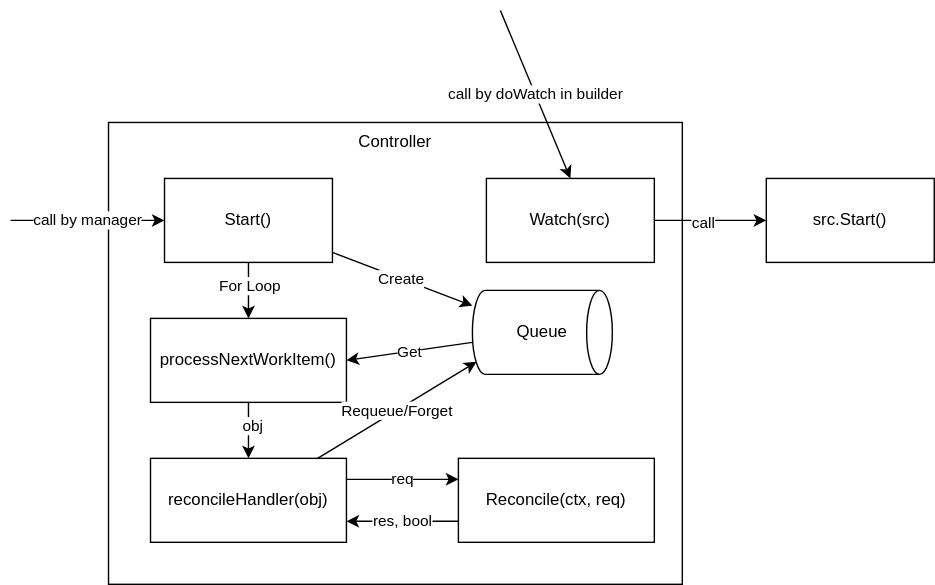
nakamasato/kubernetes-training keeps this draw.io diagram as contents/kubernetes-operator/controller-runtime/controller/diagram.drawio.svg. Above is the earlier version. Source tidied: cells renumbered, new cells last; positions are measured from the earlier drawing's top-left corner, leaving out a move shared by most shapes. Its diagram source:
```xml
<mxGraphModel>
  <root>
    <mxCell id="0" />
    <mxCell id="1" parent="0" />
    <mxCell id="2" value="Controller" style="rounded=0;whiteSpace=wrap;html=1;verticalAlign=top;" parent="1" vertex="1">
      <mxGeometry x="70" y="80" width="410" height="330" as="geometry" />
    </mxCell>
    <mxCell id="3" style="edgeStyle=none;html=1;" parent="1" edge="1" source="7" target="9">
      <mxGeometry relative="1" as="geometry" />
    </mxCell>
    <mxCell id="4" value="Create" style="edgeLabel;html=1;align=center;verticalAlign=middle;" parent="3" vertex="1">
      <mxGeometry x="-0.03" relative="1" as="geometry" />
    </mxCell>
    <mxCell id="5" style="edgeStyle=none;html=1;" parent="1" edge="1" source="7" target="12">
      <mxGeometry relative="1" as="geometry" />
    </mxCell>
    <mxCell id="6" value="For Loop" style="edgeLabel;html=1;align=center;verticalAlign=middle;" parent="5" vertex="1">
      <mxGeometry x="-0.15" relative="1" as="geometry" />
    </mxCell>
    <mxCell id="7" value="Start()" style="rounded=0;whiteSpace=wrap;html=1;" parent="1" vertex="1">
      <mxGeometry x="110" y="120" width="120" height="60" as="geometry" />
    </mxCell>
    <mxCell id="8" value="Get" style="edgeStyle=none;html=1;entryX=1;entryY=0.5;entryDx=0;entryDy=0;" parent="1" edge="1" source="9" target="12">
      <mxGeometry relative="1" as="geometry" />
    </mxCell>
    <mxCell id="9" value="Queue" style="strokeWidth=1;html=1;shape=mxgraph.flowchart.direct_data;whiteSpace=wrap;spacing=2;" parent="1" vertex="1">
      <mxGeometry x="330" y="200" width="100" height="60" as="geometry" />
    </mxCell>
    <mxCell id="10" style="edgeStyle=none;html=1;" parent="1" edge="1" source="12" target="15">
      <mxGeometry relative="1" as="geometry" />
    </mxCell>
    <mxCell id="11" value="obj" style="edgeLabel;html=1;align=center;verticalAlign=middle;" parent="10" vertex="1">
      <mxGeometry x="-0.2" y="2" relative="1" as="geometry" />
    </mxCell>
    <mxCell id="12" value="processNextWorkItem()" style="rounded=0;whiteSpace=wrap;html=1;" parent="1" vertex="1">
      <mxGeometry x="100" y="220" width="140" height="60" as="geometry" />
    </mxCell>
    <mxCell id="13" value="req" style="edgeStyle=none;html=1;exitX=1;exitY=0.25;exitDx=0;exitDy=0;entryX=0;entryY=0.25;entryDx=0;entryDy=0;" parent="1" edge="1" source="15" target="17">
      <mxGeometry relative="1" as="geometry" />
    </mxCell>
    <mxCell id="14" value="Requeue/Forget" style="edgeStyle=none;html=1;entryX=0.03;entryY=0.85;entryDx=0;entryDy=0;entryPerimeter=0;" parent="1" edge="1" source="15" target="9">
      <mxGeometry relative="1" as="geometry" />
    </mxCell>
    <mxCell id="15" value="reconcileHandler(obj)" style="rounded=0;whiteSpace=wrap;html=1;" parent="1" vertex="1">
      <mxGeometry x="100" y="320" width="140" height="60" as="geometry" />
    </mxCell>
    <mxCell id="16" value="res, bool" style="edgeStyle=none;html=1;entryX=1;entryY=0.75;entryDx=0;entryDy=0;" parent="1" edge="1" target="15">
      <mxGeometry relative="1" as="geometry">
        <mxPoint x="320" y="365" as="sourcePoint" />
      </mxGeometry>
    </mxCell>
    <mxCell id="17" value="Reconcile(ctx, req)" style="rounded=0;whiteSpace=wrap;html=1;" parent="1" vertex="1">
      <mxGeometry x="320" y="320" width="140" height="60" as="geometry" />
    </mxCell>
    <mxCell id="18" value="call by manager" style="endArrow=classic;html=1;" parent="1" edge="1">
      <mxGeometry relative="1" as="geometry">
        <mxPoint y="150" as="sourcePoint" />
        <mxPoint x="110" y="150" as="targetPoint" />
      </mxGeometry>
    </mxCell>
    <mxCell id="19" style="edgeStyle=none;html=1;" parent="1" edge="1" source="21" target="23">
      <mxGeometry relative="1" as="geometry" />
    </mxCell>
    <mxCell id="20" value="call" style="edgeLabel;html=1;align=center;verticalAlign=middle;" parent="19" vertex="1">
      <mxGeometry x="-0.15" y="-1" relative="1" as="geometry" />
    </mxCell>
    <mxCell id="21" value="Watch(src)" style="rounded=0;whiteSpace=wrap;html=1;" parent="1" vertex="1">
      <mxGeometry x="340" y="120" width="120" height="60" as="geometry" />
    </mxCell>
    <mxCell id="22" value="call by doWatch in builder" style="endArrow=classic;html=1;entryX=0.5;entryY=0;entryDx=0;entryDy=0;" parent="1" edge="1" target="21">
      <mxGeometry relative="1" as="geometry">
        <mxPoint x="350" as="sourcePoint" />
      </mxGeometry>
    </mxCell>
    <mxCell id="23" value="src.Start()" style="rounded=0;whiteSpace=wrap;html=1;" parent="1" vertex="1">
      <mxGeometry x="540" y="120" width="120" height="60" as="geometry" />
    </mxCell>
  </root>
</mxGraphModel>
```
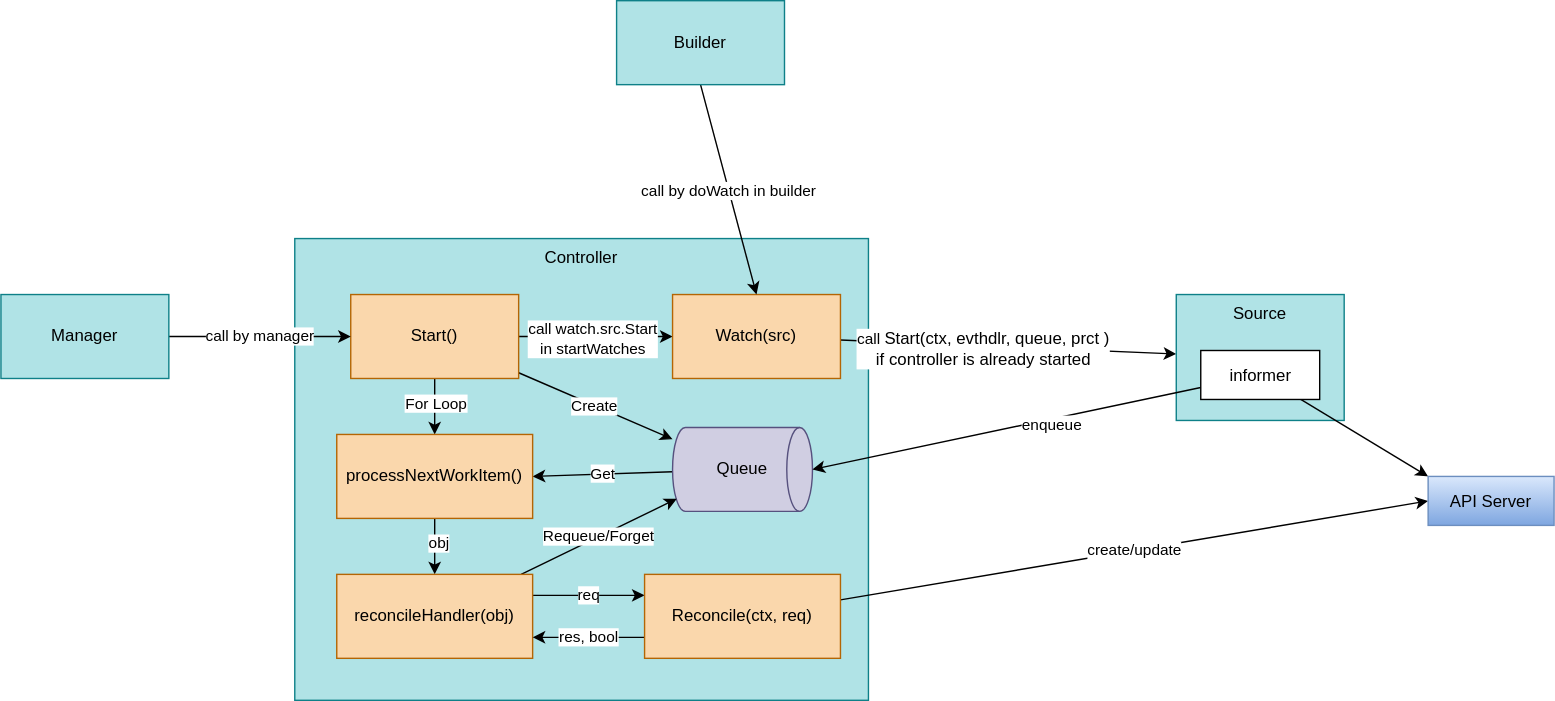
Above is the later version.

Commit message:
docs: update controller and source (#191)

The edit, as a diff of the source:
```diff
@@ -2,7 +2,7 @@
   <root>
     <mxCell id="0" />
     <mxCell id="1" parent="0" />
-    <mxCell id="2" value="Controller" style="rounded=0;whiteSpace=wrap;html=1;verticalAlign=top;" parent="1" vertex="1">
+    <mxCell id="2" value="Controller" style="rounded=0;whiteSpace=wrap;html=1;verticalAlign=top;fillColor=#b0e3e6;strokeColor=#0e8088;" parent="1" vertex="1">
       <mxGeometry x="70" y="80" width="410" height="330" as="geometry" />
     </mxCell>
     <mxCell id="3" style="edgeStyle=none;html=1;" parent="1" edge="1" source="7" target="9">
@@ -17,14 +17,22 @@
     <mxCell id="6" value="For Loop" style="edgeLabel;html=1;align=center;verticalAlign=middle;" parent="5" vertex="1">
       <mxGeometry x="-0.15" relative="1" as="geometry" />
     </mxCell>
+    <mxCell id="24" style="edgeStyle=none;html=1;" parent="1" edge="1" source="7" target="21">
+      <mxGeometry relative="1" as="geometry" />
+    </mxCell>
+    <mxCell id="25" value="call watch.src.Start&lt;br&gt;in startWatches" style="edgeLabel;html=1;align=center;verticalAlign=middle;" parent="24" vertex="1">
+      <mxGeometry x="-0.04" y="-1" relative="1" as="geometry">
+        <mxPoint x="-1" as="offset" />
+      </mxGeometry>
+    </mxCell>
-    <mxCell id="7" value="Start()" style="rounded=0;whiteSpace=wrap;html=1;" parent="1" vertex="1">
+    <mxCell id="7" value="Start()" style="rounded=0;whiteSpace=wrap;html=1;fillColor=#fad7ac;strokeColor=#b46504;" parent="1" vertex="1">
       <mxGeometry x="110" y="120" width="120" height="60" as="geometry" />
     </mxCell>
     <mxCell id="8" value="Get" style="edgeStyle=none;html=1;entryX=1;entryY=0.5;entryDx=0;entryDy=0;" parent="1" edge="1" source="9" target="12">
       <mxGeometry relative="1" as="geometry" />
     </mxCell>
-    <mxCell id="9" value="Queue" style="strokeWidth=1;html=1;shape=mxgraph.flowchart.direct_data;whiteSpace=wrap;spacing=2;" parent="1" vertex="1">
-      <mxGeometry x="330" y="200" width="100" height="60" as="geometry" />
+    <mxCell id="9" value="Queue" style="strokeWidth=1;html=1;shape=mxgraph.flowchart.direct_data;whiteSpace=wrap;spacing=2;fillColor=#d0cee2;strokeColor=#56517e;" parent="1" vertex="1">
+      <mxGeometry x="340" y="215" width="100" height="60" as="geometry" />
     </mxCell>
     <mxCell id="10" style="edgeStyle=none;html=1;" parent="1" edge="1" source="12" target="15">
       <mxGeometry relative="1" as="geometry" />
@@ -32,7 +40,7 @@
     <mxCell id="11" value="obj" style="edgeLabel;html=1;align=center;verticalAlign=middle;" parent="10" vertex="1">
       <mxGeometry x="-0.2" y="2" relative="1" as="geometry" />
     </mxCell>
-    <mxCell id="12" value="processNextWorkItem()" style="rounded=0;whiteSpace=wrap;html=1;" parent="1" vertex="1">
+    <mxCell id="12" value="processNextWorkItem()" style="rounded=0;whiteSpace=wrap;html=1;fillColor=#fad7ac;strokeColor=#b46504;" parent="1" vertex="1">
       <mxGeometry x="100" y="220" width="140" height="60" as="geometry" />
     </mxCell>
     <mxCell id="13" value="req" style="edgeStyle=none;html=1;exitX=1;exitY=0.25;exitDx=0;exitDy=0;entryX=0;entryY=0.25;entryDx=0;entryDy=0;" parent="1" edge="1" source="15" target="17">
@@ -41,7 +49,7 @@
     <mxCell id="14" value="Requeue/Forget" style="edgeStyle=none;html=1;entryX=0.03;entryY=0.85;entryDx=0;entryDy=0;entryPerimeter=0;" parent="1" edge="1" source="15" target="9">
       <mxGeometry relative="1" as="geometry" />
     </mxCell>
-    <mxCell id="15" value="reconcileHandler(obj)" style="rounded=0;whiteSpace=wrap;html=1;" parent="1" vertex="1">
+    <mxCell id="15" value="reconcileHandler(obj)" style="rounded=0;whiteSpace=wrap;html=1;fillColor=#fad7ac;strokeColor=#b46504;" parent="1" vertex="1">
       <mxGeometry x="100" y="320" width="140" height="60" as="geometry" />
     </mxCell>
     <mxCell id="16" value="res, bool" style="edgeStyle=none;html=1;entryX=1;entryY=0.75;entryDx=0;entryDy=0;" parent="1" edge="1" target="15">
@@ -49,31 +57,54 @@
         <mxPoint x="320" y="365" as="sourcePoint" />
       </mxGeometry>
     </mxCell>
+    <mxCell id="26" value="create/update&amp;nbsp;" style="edgeStyle=none;html=1;entryX=0;entryY=0.5;entryDx=0;entryDy=0;" parent="1" edge="1" source="17" target="31">
+      <mxGeometry relative="1" as="geometry" />
+    </mxCell>
-    <mxCell id="17" value="Reconcile(ctx, req)" style="rounded=0;whiteSpace=wrap;html=1;" parent="1" vertex="1">
+    <mxCell id="17" value="Reconcile(ctx, req)" style="rounded=0;whiteSpace=wrap;html=1;fillColor=#fad7ac;strokeColor=#b46504;" parent="1" vertex="1">
       <mxGeometry x="320" y="320" width="140" height="60" as="geometry" />
     </mxCell>
-    <mxCell id="18" value="call by manager" style="endArrow=classic;html=1;" parent="1" edge="1">
+    <mxCell id="18" value="call by manager" style="endArrow=classic;html=1;exitX=1;exitY=0.5;exitDx=0;exitDy=0;" parent="1" edge="1" source="33">
       <mxGeometry relative="1" as="geometry">
-        <mxPoint y="150" as="sourcePoint" />
         <mxPoint x="110" y="150" as="targetPoint" />
       </mxGeometry>
     </mxCell>
     <mxCell id="19" style="edgeStyle=none;html=1;" parent="1" edge="1" source="21" target="23">
       <mxGeometry relative="1" as="geometry" />
     </mxCell>
-    <mxCell id="20" value="call" style="edgeLabel;html=1;align=center;verticalAlign=middle;" parent="19" vertex="1">
+    <mxCell id="20" value="call&amp;nbsp;&lt;span style=&quot;font-size: 12px&quot;&gt;Start(ctx, evthdlr, queue, prct&lt;/span&gt;&lt;span style=&quot;font-size: 12px&quot;&gt;)&lt;br&gt;if controller is already started&lt;br&gt;&lt;/span&gt;" style="edgeLabel;html=1;align=center;verticalAlign=middle;" parent="19" vertex="1">
       <mxGeometry x="-0.15" y="-1" relative="1" as="geometry" />
     </mxCell>
-    <mxCell id="21" value="Watch(src)" style="rounded=0;whiteSpace=wrap;html=1;" parent="1" vertex="1">
+    <mxCell id="21" value="Watch(src)" style="rounded=0;whiteSpace=wrap;html=1;fillColor=#fad7ac;strokeColor=#b46504;" parent="1" vertex="1">
       <mxGeometry x="340" y="120" width="120" height="60" as="geometry" />
     </mxCell>
-    <mxCell id="22" value="call by doWatch in builder" style="endArrow=classic;html=1;entryX=0.5;entryY=0;entryDx=0;entryDy=0;" parent="1" edge="1" target="21">
-      <mxGeometry relative="1" as="geometry">
-        <mxPoint x="350" as="sourcePoint" />
-      </mxGeometry>
+    <mxCell id="22" value="call by doWatch in builder" style="endArrow=classic;html=1;entryX=0.5;entryY=0;entryDx=0;entryDy=0;exitX=0.5;exitY=1;exitDx=0;exitDy=0;" parent="1" edge="1" source="32" target="21">
+      <mxGeometry relative="1" as="geometry" />
     </mxCell>
-    <mxCell id="23" value="src.Start()" style="rounded=0;whiteSpace=wrap;html=1;" parent="1" vertex="1">
-      <mxGeometry x="540" y="120" width="120" height="60" as="geometry" />
+    <mxCell id="23" value="Source" style="rounded=0;whiteSpace=wrap;html=1;verticalAlign=top;fillColor=#b0e3e6;strokeColor=#0e8088;" parent="1" vertex="1">
+      <mxGeometry x="700" y="120" width="120" height="90" as="geometry" />
     </mxCell>
+    <mxCell id="27" style="edgeStyle=none;html=1;entryX=0;entryY=0;entryDx=0;entryDy=0;entryPerimeter=0;" parent="1" edge="1" source="30" target="31">
+      <mxGeometry relative="1" as="geometry" />
+    </mxCell>
+    <mxCell id="28" style="edgeStyle=none;html=1;entryX=1;entryY=0.5;entryDx=0;entryDy=0;entryPerimeter=0;" parent="1" edge="1" source="30" target="9">
+      <mxGeometry relative="1" as="geometry" />
+    </mxCell>
+    <mxCell id="29" value="enqueue" style="edgeLabel;html=1;align=center;verticalAlign=middle;" parent="28" vertex="1">
+      <mxGeometry x="-0.21" y="3" relative="1" as="geometry">
+        <mxPoint x="1" as="offset" />
+      </mxGeometry>
+    </mxCell>
+    <mxCell id="30" value="informer" style="rounded=0;whiteSpace=wrap;html=1;" parent="1" vertex="1">
+      <mxGeometry x="717.5" y="160" width="85" height="35" as="geometry" />
+    </mxCell>
+    <mxCell id="31" value="API Server" style="rounded=0;whiteSpace=wrap;html=1;fillColor=#dae8fc;gradientColor=#7ea6e0;strokeColor=#6c8ebf;" parent="1" vertex="1">
+      <mxGeometry x="880" y="250" width="90" height="35" as="geometry" />
+    </mxCell>
+    <mxCell id="32" value="Builder" style="rounded=0;whiteSpace=wrap;html=1;fillColor=#b0e3e6;strokeColor=#0e8088;" parent="1" vertex="1">
+      <mxGeometry x="300" y="-90" width="120" height="60" as="geometry" />
+    </mxCell>
+    <mxCell id="33" value="Manager" style="rounded=0;whiteSpace=wrap;html=1;fillColor=#b0e3e6;strokeColor=#0e8088;" parent="1" vertex="1">
+      <mxGeometry x="-140" y="120" width="120" height="60" as="geometry" />
+    </mxCell>
   </root>
 </mxGraphModel>
```
